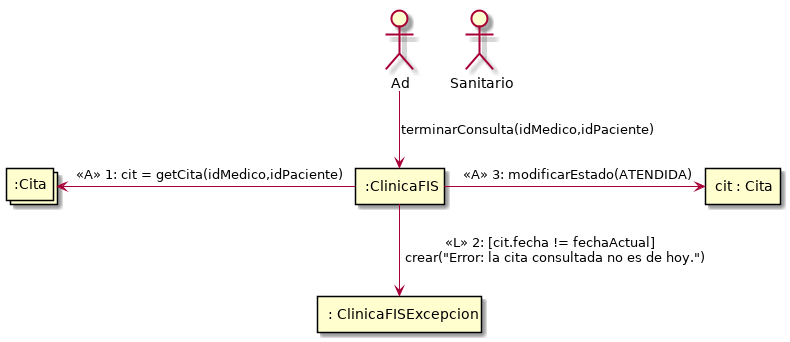
Above: P4/terminarConsulta.png in Ludvins/DGIIM_FIS (PlantUML), before the change. The source it was exported from:
```plantuml
@startuml
!pragma teoz true



actor Sanitario as San

rectangle ":ClinicaFIS" as CLI
collections ":Cita" as C
rectangle "cit : Cita" as cit
rectangle ": ClinicaFISExcepcion" as Ex


Ad-->CLI : terminarConsulta(idMedico,idPaciente)
CLI-left->C :  <<A>> 1: cit = getCita(idMedico,idPaciente)
CLI-down->Ex : <<L>> 2: [cit.fecha != fechaActual] \n crear("Error: la cita consultada no es de hoy.")
CLI-right->cit : <<A>> 3: modificarEstado(ATENDIDA)
@enduml
```
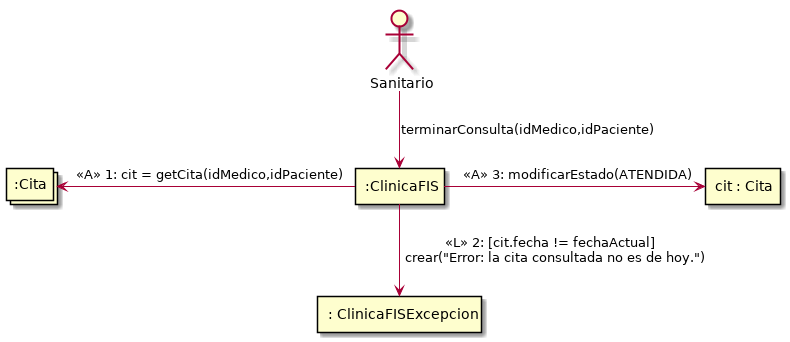
After the commit.

What changed in the source:
```diff
@@ -11,7 +11,7 @@
 rectangle ": ClinicaFISExcepcion" as Ex
 
 
-Ad-->CLI : terminarConsulta(idMedico,idPaciente)
+San-->CLI : terminarConsulta(idMedico,idPaciente)
 CLI-left->C :  <<A>> 1: cit = getCita(idMedico,idPaciente)
 CLI-down->Ex : <<L>> 2: [cit.fecha != fechaActual] \n crear("Error: la cita consultada no es de hoy.")
 CLI-right->cit : <<A>> 3: modificarEstado(ATENDIDA)
```
